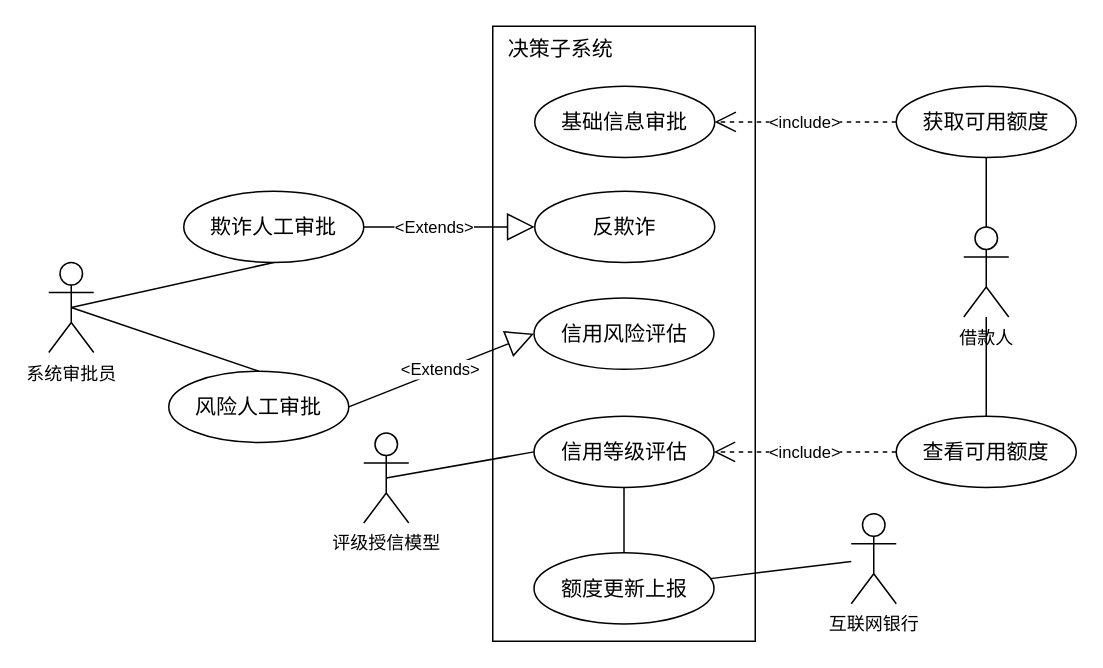
This is 授信审批用例图.drawio from wuxiao-web/graduationThesis, a draw.io file, before an edit. Source tidied: cells renumbered, new cells numbered last; positions are measured from the earlier drawing's top-left corner, leaving out a move shared by most shapes. Both pictures are drawn from the tidied source at 150%, with x=0, y=0 at pixel (48, 26).
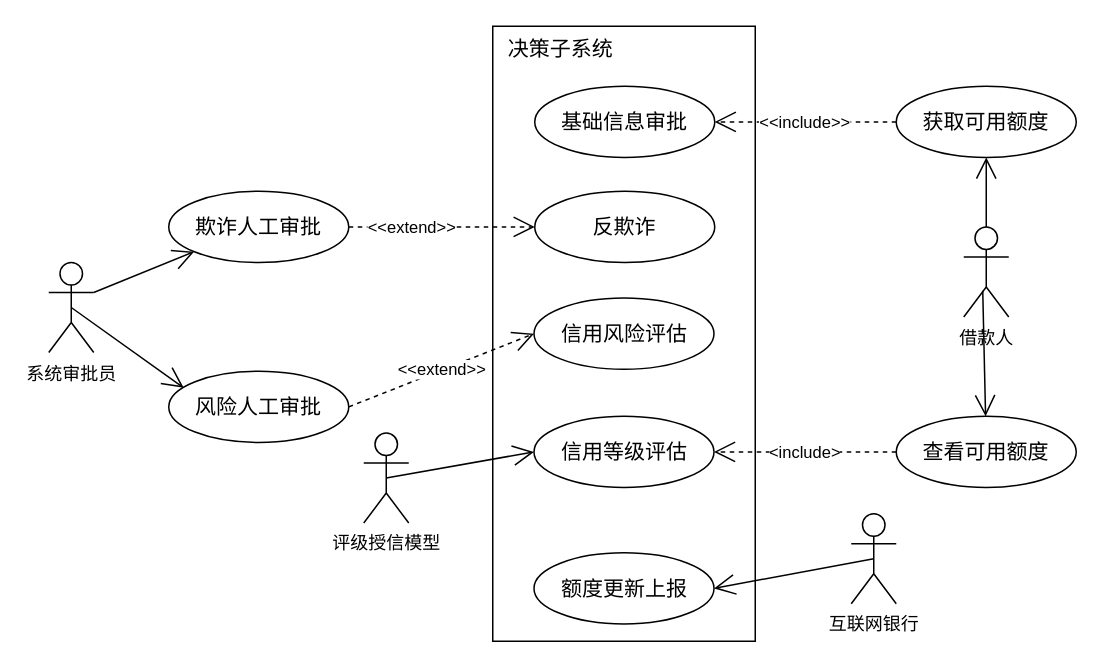
The same diagram, later.

Commit message:
更新授信审批用例图.drawio

The change refers to these unchanged cells:
```xml
<mxCell id="4" value="&lt;span style=&quot;font-size: 14px;&quot;&gt;反欺诈&lt;/span&gt;" style="ellipse;whiteSpace=wrap;html=1;" parent="1" vertex="1">
  <mxGeometry x="324" y="110" width="120" height="47.5" as="geometry" />
</mxCell>
<mxCell id="5" value="&lt;span style=&quot;font-size: 14px;&quot;&gt;信用风险评估&lt;/span&gt;" style="ellipse;whiteSpace=wrap;html=1;" parent="1" vertex="1">
  <mxGeometry x="323.5" y="181.2" width="120" height="47.5" as="geometry" />
</mxCell>
<mxCell id="7" value="&lt;span style=&quot;font-size: 14px;&quot;&gt;信用等级评估&lt;/span&gt;" style="ellipse;whiteSpace=wrap;html=1;" parent="1" vertex="1">
  <mxGeometry x="323.5" y="260" width="120" height="47.5" as="geometry" />
</mxCell>
<mxCell id="8" value="评级授信模型" style="shape=umlActor;verticalLabelPosition=bottom;verticalAlign=top;html=1;" parent="1" vertex="1">
  <mxGeometry x="210" y="271.2" width="30" height="60" as="geometry" />
</mxCell>
<mxCell id="10" value="&lt;span style=&quot;font-size: 14px;&quot;&gt;基础信息审批&lt;/span&gt;" style="ellipse;whiteSpace=wrap;html=1;" parent="1" vertex="1">
  <mxGeometry x="324" y="40" width="120" height="47.5" as="geometry" />
</mxCell>
<mxCell id="11" value="系统审批员" style="shape=umlActor;verticalLabelPosition=bottom;verticalAlign=top;html=1;" parent="1" vertex="1">
  <mxGeometry y="157.5" width="30" height="60" as="geometry" />
</mxCell>
<mxCell id="13" value="&lt;span style=&quot;font-size: 14px;&quot;&gt;风险人工审批&lt;/span&gt;" style="ellipse;whiteSpace=wrap;html=1;" parent="1" vertex="1">
  <mxGeometry x="80" y="230" width="120" height="47.5" as="geometry" />
</mxCell>
<mxCell id="19" value="借款人" style="shape=umlActor;verticalLabelPosition=bottom;verticalAlign=top;html=1;" parent="1" vertex="1">
  <mxGeometry x="610" y="133.8" width="30" height="60" as="geometry" />
</mxCell>
<mxCell id="21" value="&lt;span style=&quot;font-size: 14px;&quot;&gt;获取可用额度&lt;/span&gt;" style="ellipse;whiteSpace=wrap;html=1;" parent="1" vertex="1">
  <mxGeometry x="565" y="40" width="120" height="47.5" as="geometry" />
</mxCell>
<mxCell id="23" value="&lt;span style=&quot;font-size: 14px;&quot;&gt;查看可用额度&lt;/span&gt;" style="ellipse;whiteSpace=wrap;html=1;" parent="1" vertex="1">
  <mxGeometry x="565" y="260" width="120" height="47.5" as="geometry" />
</mxCell>
<mxCell id="26" value="&lt;span style=&quot;font-size: 14px;&quot;&gt;额度更新上报&lt;/span&gt;" style="ellipse;whiteSpace=wrap;html=1;" parent="1" vertex="1">
  <mxGeometry x="323.5" y="351" width="120" height="47.5" as="geometry" />
</mxCell>
<mxCell id="27" value="互联网银行" style="shape=umlActor;verticalLabelPosition=bottom;verticalAlign=top;html=1;" parent="1" vertex="1">
  <mxGeometry x="535" y="325" width="30" height="60" as="geometry" />
</mxCell>
```

Change to the diagram source:
```diff
@@
-    <mxCell id="6" style="edgeStyle=orthogonalEdgeStyle;rounded=0;jettySize=auto;html=1;endArrow=none;endFill=0;" parent="1" edge="1" source="7" target="26">
-      <mxGeometry relative="1" as="geometry" />
-    </mxCell>
@@
-    <mxCell id="9" style="rounded=0;jettySize=auto;html=1;entryX=0.5;entryY=0.5;entryDx=0;entryDy=0;endArrow=none;endFill=0;exitX=0;exitY=0.5;exitDx=0;exitDy=0;entryPerimeter=0;" parent="1" edge="1" source="7" target="8">
-      <mxGeometry relative="1" as="geometry" />
-    </mxCell>
@@
     <mxCell id="12" value="&lt;span style=&quot;font-size: 14px;&quot;&gt;欺诈人工审批&lt;/span&gt;" style="ellipse;whiteSpace=wrap;html=1;" parent="1" vertex="1">
-      <mxGeometry x="90" y="110" width="120" height="47.5" as="geometry" />
+      <mxGeometry x="80" y="110" width="120" height="47.5" as="geometry" />
     </mxCell>
@@
-    <mxCell id="14" style="rounded=0;jettySize=auto;html=1;entryX=0.5;entryY=0.5;entryDx=0;entryDy=0;endArrow=none;endFill=0;exitX=0.5;exitY=1;exitDx=0;exitDy=0;entryPerimeter=0;" parent="1" edge="1" source="12" target="11">
-      <mxGeometry relative="1" as="geometry" />
-    </mxCell>
-    <mxCell id="15" style="rounded=0;jettySize=auto;html=1;entryX=0.5;entryY=0.5;entryDx=0;entryDy=0;endArrow=none;endFill=0;exitX=0.5;exitY=0;exitDx=0;exitDy=0;entryPerimeter=0;" parent="1" edge="1" source="13" target="11">
-      <mxGeometry relative="1" as="geometry" />
-    </mxCell>
-    <mxCell id="16" value="&amp;lt;Extends&amp;gt;" style="endArrow=block;endSize=16;endFill=0;html=1;rounded=0;entryX=0;entryY=0.5;entryDx=0;entryDy=0;exitX=1;exitY=0.5;exitDx=0;exitDy=0;" parent="1" edge="1" source="12" target="4">
-      <mxGeometry x="-0.17" relative="1" as="geometry" />
-    </mxCell>
-    <mxCell id="17" value="&amp;lt;Extends&amp;gt;" style="endArrow=block;endSize=16;endFill=0;html=1;rounded=0;entryX=0;entryY=0.5;entryDx=0;entryDy=0;exitX=1;exitY=0.5;exitDx=0;exitDy=0;" parent="1" edge="1" source="13" target="5">
-      <mxGeometry relative="1" as="geometry" />
-    </mxCell>
-    <mxCell id="18" style="edgeStyle=orthogonalEdgeStyle;rounded=0;jettySize=auto;html=1;endArrow=none;endFill=0;" parent="1" edge="1" source="19" target="23">
-      <mxGeometry relative="1" as="geometry" />
-    </mxCell>
@@
-    <mxCell id="20" style="edgeStyle=orthogonalEdgeStyle;rounded=0;jettySize=auto;html=1;endArrow=none;endFill=0;" parent="1" edge="1" source="21" target="19">
-      <mxGeometry relative="1" as="geometry" />
-    </mxCell>
@@
-    <mxCell id="22" value="&amp;lt;include&amp;gt;" style="endArrow=open;endSize=12;dashed=1;html=1;rounded=0;exitX=0;exitY=0.5;exitDx=0;exitDy=0;entryX=1;entryY=0.5;entryDx=0;entryDy=0;" parent="1" edge="1" source="21" target="10">
+    <mxCell id="22" value="&amp;lt;&amp;lt;include&amp;gt;&amp;gt;" style="endArrow=open;endSize=12;dashed=1;html=1;rounded=0;exitX=0;exitY=0.5;exitDx=0;exitDy=0;entryX=1;entryY=0.5;entryDx=0;entryDy=0;" parent="1" edge="1" source="21" target="10">
       <mxGeometry x="0.01" relative="1" as="geometry" />
     </mxCell>
@@
-    <mxCell id="25" style="rounded=0;jettySize=auto;html=1;endArrow=none;endFill=0;" parent="1" edge="1" source="26" target="27">
-      <mxGeometry relative="1" as="geometry" />
-    </mxCell>
@@
+    <mxCell id="28" style="endArrow=open;endSize=12;html=1;rounded=0;exitX=1;exitY=0.3333333333333333;exitDx=0;exitDy=0;exitPerimeter=0;entryX=0;entryY=1;entryDx=0;entryDy=0;" parent="1" edge="1" source="11" target="12">
+      <mxGeometry relative="1" as="geometry" />
+    </mxCell>
+    <mxCell id="29" style="endArrow=open;endSize=12;html=1;rounded=0;exitX=0.5;exitY=0.5;exitDx=0;exitDy=0;exitPerimeter=0;entryX=0.083;entryY=0.232;entryDx=0;entryDy=0;entryPerimeter=0;" parent="1" edge="1" source="11" target="13">
+      <mxGeometry relative="1" as="geometry" />
+    </mxCell>
+    <mxCell id="30" style="endArrow=open;endSize=12;html=1;rounded=0;entryX=0;entryY=0.5;entryDx=0;entryDy=0;exitX=0.5;exitY=0.5;exitDx=0;exitDy=0;exitPerimeter=0;" parent="1" edge="1" source="8" target="7">
+      <mxGeometry relative="1" as="geometry" />
+    </mxCell>
+    <mxCell id="31" style="endArrow=open;endSize=12;html=1;rounded=0;entryX=1;entryY=0.5;entryDx=0;entryDy=0;exitX=0.5;exitY=0.5;exitDx=0;exitDy=0;exitPerimeter=0;" parent="1" edge="1" source="27" target="26">
+      <mxGeometry relative="1" as="geometry" />
+    </mxCell>
+    <mxCell id="18" style="endArrow=open;endSize=12;html=1;rounded=0;exitX=0.422;exitY=0.71;exitDx=0;exitDy=0;exitPerimeter=0;" parent="1" edge="1" source="19" target="23">
+      <mxGeometry relative="1" as="geometry" />
+    </mxCell>
+    <mxCell id="32" style="endArrow=open;endSize=12;html=1;rounded=0;entryX=0.5;entryY=1;entryDx=0;entryDy=0;exitX=0.5;exitY=0;exitDx=0;exitDy=0;exitPerimeter=0;" parent="1" edge="1" source="19" target="21">
+      <mxGeometry relative="1" as="geometry" />
+    </mxCell>
+    <mxCell id="17" value="&amp;lt;&amp;lt;extend&amp;gt;&amp;gt;" style="endArrow=open;endSize=12;dashed=1;html=1;rounded=0;exitX=1;exitY=0.5;exitDx=0;exitDy=0;entryX=0;entryY=0.5;entryDx=0;entryDy=0;" parent="1" edge="1" source="13" target="5">
+      <mxGeometry x="0.01" relative="1" as="geometry" />
+    </mxCell>
+    <mxCell id="16" value="&amp;lt;&amp;lt;extend&amp;gt;&amp;gt;" style="endArrow=open;endSize=12;dashed=1;html=1;rounded=0;exitX=1;exitY=0.5;exitDx=0;exitDy=0;entryX=0;entryY=0.5;entryDx=0;entryDy=0;" parent="1" edge="1" source="12" target="4">
+      <mxGeometry x="-0.32" relative="1" as="geometry" />
+    </mxCell>
```
